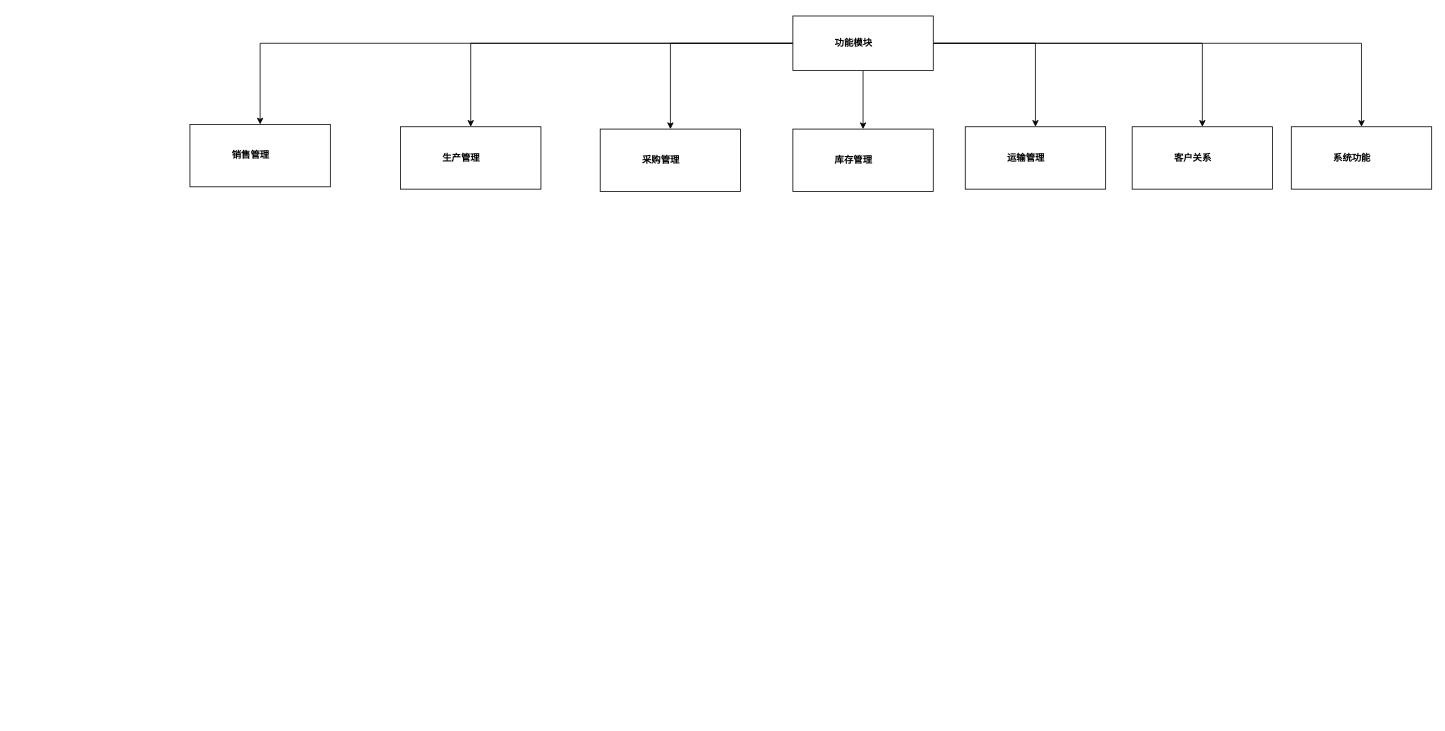
jtzjtz/draw-io keeps this draw.io diagram as ERP功能图.drawio. Above is the earlier version. Source tidied: cells renumbered, new cells numbered last; positions are measured from the earlier drawing's top-left corner, leaving out a move shared by most shapes. Both pictures are drawn from the tidied source at 78%, with x=0, y=0 at pixel (190, 16).
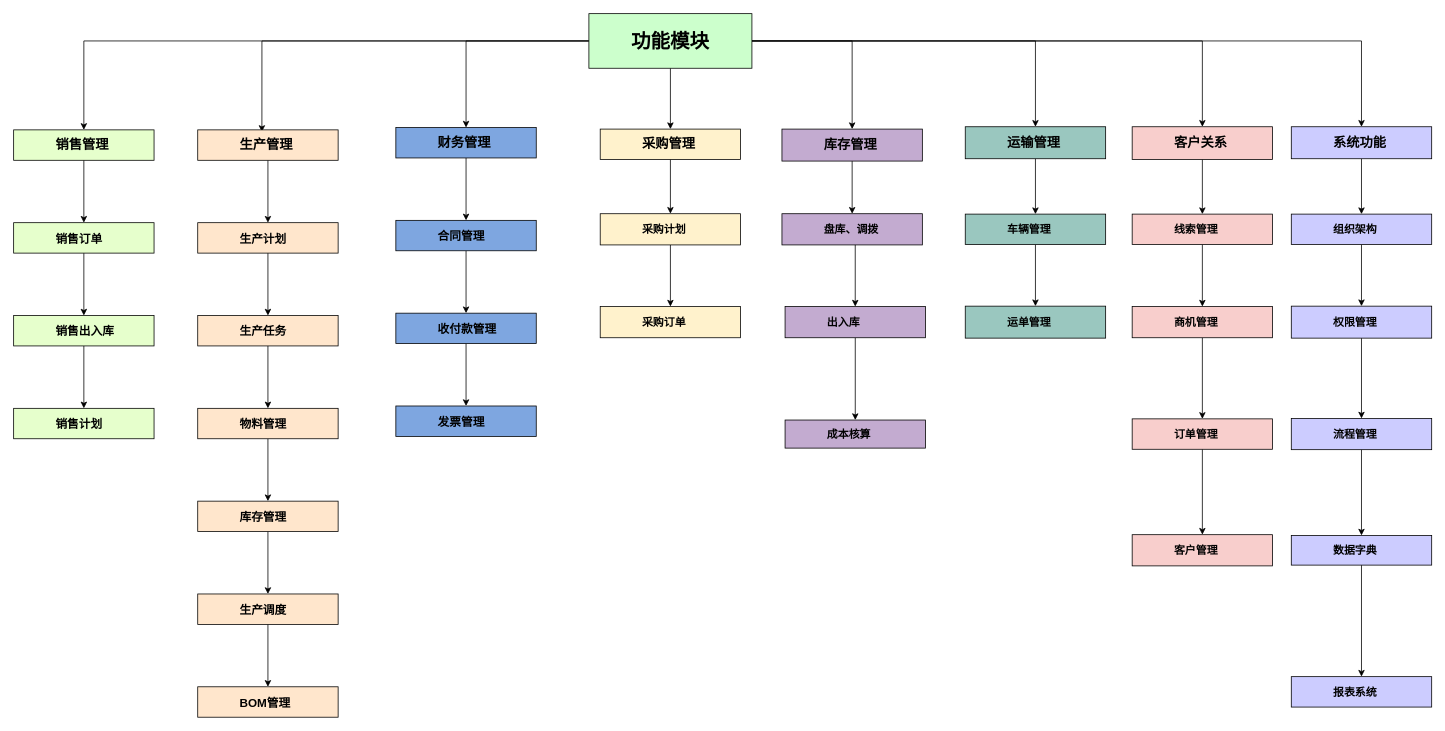
The same page after the edit.

Commit message (it also covers changes not shown here):
更新ERP功能图.drawio

Change to the diagram source:
```diff
@@
-    <mxCell id="2" style="edgeStyle=orthogonalEdgeStyle;rounded=0;jettySize=auto;html=1;exitX=0.5;exitY=1;exitDx=0;exitDy=0;" parent="1" edge="1" source="9" target="13">
-      <mxGeometry relative="1" as="geometry" />
-    </mxCell>
@@
-    <mxCell id="7" style="edgeStyle=orthogonalEdgeStyle;rounded=0;jettySize=auto;html=1;" parent="1" edge="1" source="9" target="11">
+    <mxCell id="7" style="edgeStyle=orthogonalEdgeStyle;rounded=0;jettySize=auto;html=1;entryX=0.5;entryY=0;entryDx=0;entryDy=0;" parent="1" edge="1" source="9" target="51">
       <mxGeometry relative="1" as="geometry" />
     </mxCell>
-    <mxCell id="8" style="edgeStyle=orthogonalEdgeStyle;rounded=0;jettySize=auto;html=1;entryX=0.5;entryY=0;entryDx=0;entryDy=0;" parent="1" edge="1" source="9" target="10">
+    <mxCell id="8" style="edgeStyle=orthogonalEdgeStyle;rounded=0;jettySize=auto;html=1;entryX=0.457;entryY=0.068;entryDx=0;entryDy=0;entryPerimeter=0;" parent="1" edge="1" source="9" target="11">
       <mxGeometry relative="1" as="geometry" />
     </mxCell>
+    <mxCell id="17" style="edgeStyle=orthogonalEdgeStyle;rounded=0;jettySize=auto;html=1;entryX=0.5;entryY=0;entryDx=0;entryDy=0;" parent="1" edge="1" source="9" target="10">
+      <mxGeometry relative="1" as="geometry" />
+    </mxCell>
+    <mxCell id="2" style="edgeStyle=orthogonalEdgeStyle;rounded=0;jettySize=auto;html=1;entryX=0.5;entryY=0;entryDx=0;entryDy=0;" parent="1" edge="1" source="9" target="13">
+      <mxGeometry relative="1" as="geometry" />
+    </mxCell>
-    <mxCell id="9" value="功能模块" style="label;whiteSpace=wrap;html=1;rounded=0;glass=0;" parent="1" vertex="1">
-      <mxGeometry x="773" width="180" height="70" as="geometry" />
+    <mxCell id="9" value="功能模块" style="label;whiteSpace=wrap;html=1;rounded=0;glass=0;fontSize=25;align=left;fillColor=#CCFFCC;" parent="1" vertex="1">
+      <mxGeometry x="511.5" y="-3" width="209" height="70" as="geometry" />
     </mxCell>
+    <mxCell id="18" style="edgeStyle=orthogonalEdgeStyle;rounded=0;jettySize=auto;html=1;fillColor=#FFF2CC;" parent="1" edge="1" source="12" target="48">
+      <mxGeometry relative="1" as="geometry" />
+    </mxCell>
+    <mxCell id="12" value="采购管理" style="label;whiteSpace=wrap;html=1;rounded=0;glass=0;fontSize=17;fillColor=#FFF2CC;" parent="1" vertex="1">
+      <mxGeometry x="526" y="145" width="180" height="39" as="geometry" />
+    </mxCell>
+    <mxCell id="19" style="edgeStyle=orthogonalEdgeStyle;rounded=0;jettySize=auto;html=1;fillColor=#C3ABD0;" parent="1" edge="1" source="13" target="42">
+      <mxGeometry relative="1" as="geometry" />
+    </mxCell>
+    <mxCell id="13" value="库存管理" style="label;whiteSpace=wrap;html=1;rounded=0;glass=0;fontSize=17;fillColor=#C3ABD0;" parent="1" vertex="1">
+      <mxGeometry x="759" y="145" width="180" height="41" as="geometry" />
+    </mxCell>
+    <mxCell id="20" style="edgeStyle=orthogonalEdgeStyle;rounded=0;jettySize=auto;html=1;fillColor=#9AC7BF;" parent="1" edge="1" source="14" target="40">
+      <mxGeometry relative="1" as="geometry" />
+    </mxCell>
+    <mxCell id="14" value="运输管理" style="label;whiteSpace=wrap;html=1;rounded=0;glass=0;fontSize=17;fillColor=#9AC7BF;" parent="1" vertex="1">
+      <mxGeometry x="994" y="142" width="180" height="41" as="geometry" />
+    </mxCell>
+    <mxCell id="21" style="edgeStyle=orthogonalEdgeStyle;rounded=0;jettySize=auto;html=1;fillColor=#F8CECC;" parent="1" edge="1" source="15" target="33">
+      <mxGeometry relative="1" as="geometry" />
+    </mxCell>
+    <mxCell id="15" value="客户关系" style="label;whiteSpace=wrap;html=1;rounded=0;glass=0;fontSize=17;fillColor=#F8CECC;" parent="1" vertex="1">
+      <mxGeometry x="1208" y="142" width="180" height="42" as="geometry" />
+    </mxCell>
+    <mxCell id="22" style="edgeStyle=orthogonalEdgeStyle;rounded=0;jettySize=auto;html=1;fillColor=#CCCCFF;" parent="1" edge="1" source="16" target="24">
+      <mxGeometry relative="1" as="geometry" />
+    </mxCell>
+    <mxCell id="16" value="系统功能" style="label;whiteSpace=wrap;html=1;rounded=0;glass=0;fontSize=17;fillColor=#CCCCFF;" parent="1" vertex="1">
+      <mxGeometry x="1412" y="142" width="180" height="41" as="geometry" />
+    </mxCell>
+    <mxCell id="23" style="edgeStyle=orthogonalEdgeStyle;rounded=0;jettySize=auto;html=1;fontSize=14;fillColor=#CCCCFF;" parent="1" edge="1" source="24" target="26">
+      <mxGeometry relative="1" as="geometry" />
+    </mxCell>
+    <mxCell id="24" value="组织架构" style="label;whiteSpace=wrap;html=1;rounded=0;glass=0;fontSize=14;fillColor=#CCCCFF;" parent="1" vertex="1">
+      <mxGeometry x="1412" y="254" width="180" height="39" as="geometry" />
+    </mxCell>
+    <mxCell id="25" style="edgeStyle=orthogonalEdgeStyle;rounded=0;jettySize=auto;html=1;fontSize=14;fillColor=#CCCCFF;" parent="1" edge="1" source="26" target="28">
+      <mxGeometry relative="1" as="geometry" />
+    </mxCell>
+    <mxCell id="26" value="权限管理" style="label;whiteSpace=wrap;html=1;rounded=0;glass=0;fontSize=14;fillColor=#CCCCFF;" parent="1" vertex="1">
+      <mxGeometry x="1412" y="372" width="180" height="41" as="geometry" />
+    </mxCell>
+    <mxCell id="27" style="edgeStyle=orthogonalEdgeStyle;rounded=0;jettySize=auto;html=1;fontSize=14;fillColor=#CCCCFF;" parent="1" edge="1" source="28" target="30">
+      <mxGeometry relative="1" as="geometry" />
+    </mxCell>
+    <mxCell id="28" value="流程管理" style="label;whiteSpace=wrap;html=1;rounded=0;glass=0;fontSize=14;fillColor=#CCCCFF;" parent="1" vertex="1">
+      <mxGeometry x="1412" y="516" width="180" height="40" as="geometry" />
+    </mxCell>
+    <mxCell id="29" style="edgeStyle=orthogonalEdgeStyle;rounded=0;jettySize=auto;html=1;fontSize=14;fillColor=#CCCCFF;" parent="1" edge="1" source="30" target="31">
+      <mxGeometry relative="1" as="geometry" />
+    </mxCell>
+    <mxCell id="30" value="数据字典" style="label;whiteSpace=wrap;html=1;rounded=0;glass=0;fontSize=14;fillColor=#CCCCFF;" parent="1" vertex="1">
+      <mxGeometry x="1412" y="666" width="180" height="38" as="geometry" />
+    </mxCell>
+    <mxCell id="31" value="报表系统" style="label;whiteSpace=wrap;html=1;rounded=0;glass=0;fontSize=14;fillColor=#CCCCFF;" parent="1" vertex="1">
+      <mxGeometry x="1412" y="847" width="180" height="39" as="geometry" />
+    </mxCell>
+    <mxCell id="32" style="edgeStyle=orthogonalEdgeStyle;rounded=0;jettySize=auto;html=1;fontSize=14;fillColor=#F8CECC;" parent="1" edge="1" source="33" target="35">
+      <mxGeometry relative="1" as="geometry" />
+    </mxCell>
+    <mxCell id="33" value="线索管理" style="label;whiteSpace=wrap;html=1;rounded=0;glass=0;fontSize=14;fillColor=#F8CECC;" parent="1" vertex="1">
+      <mxGeometry x="1208" y="254" width="180" height="39" as="geometry" />
+    </mxCell>
+    <mxCell id="34" style="edgeStyle=orthogonalEdgeStyle;rounded=0;jettySize=auto;html=1;fontSize=14;fillColor=#F8CECC;" parent="1" edge="1" source="35" target="37">
+      <mxGeometry relative="1" as="geometry" />
+    </mxCell>
+    <mxCell id="35" value="商机管理" style="label;whiteSpace=wrap;html=1;rounded=0;glass=0;fontSize=14;fillColor=#F8CECC;" parent="1" vertex="1">
+      <mxGeometry x="1208" y="372.5" width="180" height="40" as="geometry" />
+    </mxCell>
+    <mxCell id="36" style="edgeStyle=orthogonalEdgeStyle;rounded=0;jettySize=auto;html=1;fontSize=14;fillColor=#F8CECC;" parent="1" edge="1" source="37" target="38">
+      <mxGeometry relative="1" as="geometry" />
+    </mxCell>
+    <mxCell id="37" value="订单管理" style="label;whiteSpace=wrap;html=1;rounded=0;glass=0;fontSize=14;fillColor=#F8CECC;" parent="1" vertex="1">
+      <mxGeometry x="1208" y="516.5" width="180" height="39" as="geometry" />
+    </mxCell>
+    <mxCell id="38" value="客户管理" style="label;whiteSpace=wrap;html=1;rounded=0;glass=0;fontSize=14;fillColor=#F8CECC;" parent="1" vertex="1">
+      <mxGeometry x="1208" y="665" width="180" height="40" as="geometry" />
+    </mxCell>
+    <mxCell id="39" style="edgeStyle=orthogonalEdgeStyle;rounded=0;jettySize=auto;html=1;fontSize=14;fillColor=#9AC7BF;" parent="1" edge="1" source="40" target="41">
+      <mxGeometry relative="1" as="geometry" />
+    </mxCell>
+    <mxCell id="40" value="车辆管理" style="label;whiteSpace=wrap;html=1;rounded=0;glass=0;fontSize=14;fillColor=#9AC7BF;" parent="1" vertex="1">
+      <mxGeometry x="994" y="254" width="180" height="39" as="geometry" />
+    </mxCell>
+    <mxCell id="41" value="运单管理" style="label;whiteSpace=wrap;html=1;rounded=0;glass=0;fontSize=14;fillColor=#9AC7BF;" parent="1" vertex="1">
+      <mxGeometry x="994" y="372" width="180" height="41" as="geometry" />
+    </mxCell>
+    <mxCell id="42" value="盘库、调拨" style="label;whiteSpace=wrap;html=1;rounded=0;glass=0;fontSize=14;fillColor=#C3ABD0;" parent="1" vertex="1">
+      <mxGeometry x="759" y="253.5" width="180" height="40" as="geometry" />
+    </mxCell>
+    <mxCell id="43" style="edgeStyle=orthogonalEdgeStyle;rounded=0;jettySize=auto;html=1;exitX=0.522;exitY=1;exitDx=0;exitDy=0;exitPerimeter=0;fontSize=14;fillColor=#C3ABD0;" parent="1" edge="1" source="42" target="45">
+      <mxGeometry relative="1" as="geometry" />
+    </mxCell>
+    <mxCell id="44" style="edgeStyle=orthogonalEdgeStyle;rounded=0;jettySize=auto;html=1;fontSize=14;fillColor=#C3ABD0;" parent="1" edge="1" source="45" target="46">
+      <mxGeometry relative="1" as="geometry" />
+    </mxCell>
+    <mxCell id="45" value="出入库" style="label;whiteSpace=wrap;html=1;rounded=0;glass=0;fontSize=14;fillColor=#C3ABD0;" parent="1" vertex="1">
+      <mxGeometry x="763" y="372.5" width="180" height="40" as="geometry" />
+    </mxCell>
+    <mxCell id="46" value="成本核算" style="label;whiteSpace=wrap;html=1;rounded=0;glass=0;fontSize=14;fillColor=#C3ABD0;" parent="1" vertex="1">
+      <mxGeometry x="763" y="518" width="180" height="36" as="geometry" />
+    </mxCell>
+    <mxCell id="47" style="edgeStyle=orthogonalEdgeStyle;rounded=0;jettySize=auto;html=1;fontSize=14;fillColor=#FFF2CC;" parent="1" edge="1" source="48" target="49">
+      <mxGeometry relative="1" as="geometry" />
+    </mxCell>
+    <mxCell id="48" value="采购计划" style="label;whiteSpace=wrap;html=1;rounded=0;glass=0;fontSize=14;fillColor=#FFF2CC;" parent="1" vertex="1">
+      <mxGeometry x="526" y="253.5" width="180" height="40" as="geometry" />
+    </mxCell>
+    <mxCell id="49" value="采购订单" style="label;whiteSpace=wrap;html=1;rounded=0;glass=0;fontSize=14;fillColor=#FFF2CC;" parent="1" vertex="1">
+      <mxGeometry x="526" y="372.5" width="180" height="40" as="geometry" />
+    </mxCell>
+    <mxCell id="50" style="edgeStyle=orthogonalEdgeStyle;rounded=0;jettySize=auto;html=1;fillColor=#7EA6E0;" parent="1" edge="1" source="51" target="55">
+      <mxGeometry relative="1" as="geometry" />
+    </mxCell>
+    <mxCell id="51" value="财务管理" style="label;whiteSpace=wrap;html=1;rounded=0;glass=0;fontSize=17;fillColor=#7EA6E0;" parent="1" vertex="1">
+      <mxGeometry x="264" y="143" width="180" height="39" as="geometry" />
+    </mxCell>
+    <mxCell id="52" style="edgeStyle=orthogonalEdgeStyle;rounded=0;jettySize=auto;html=1;fillColor=#FFE6CC;" parent="1" edge="1" source="11" target="60">
+      <mxGeometry relative="1" as="geometry" />
+    </mxCell>
+    <mxCell id="11" value="生产管理" style="label;whiteSpace=wrap;html=1;rounded=0;glass=0;fontSize=17;fillColor=#FFE6CC;" parent="1" vertex="1">
+      <mxGeometry x="10" y="146" width="180" height="39" as="geometry" />
+    </mxCell>
+    <mxCell id="53" style="edgeStyle=orthogonalEdgeStyle;rounded=0;jettySize=auto;html=1;fillColor=#E6FFCC;" parent="1" edge="1" source="10" target="71">
+      <mxGeometry relative="1" as="geometry" />
+    </mxCell>
-    <mxCell id="10" value="销售管理" style="label;whiteSpace=wrap;html=1;rounded=0;glass=0;" parent="1" vertex="1">
-      <mxGeometry y="139" width="180" height="80" as="geometry" />
+    <mxCell id="10" value="销售管理" style="label;whiteSpace=wrap;html=1;rounded=0;glass=0;fontSize=17;fillColor=#E6FFCC;" parent="1" vertex="1">
+      <mxGeometry x="-226" y="146" width="180" height="39" as="geometry" />
     </mxCell>
-    <mxCell id="11" value="生产管理" style="label;whiteSpace=wrap;html=1;rounded=0;glass=0;" parent="1" vertex="1">
-      <mxGeometry x="270" y="142" width="180" height="80" as="geometry" />
-    </mxCell>
-    <mxCell id="12" value="采购管理" style="label;whiteSpace=wrap;html=1;rounded=0;glass=0;" parent="1" vertex="1">
-      <mxGeometry x="526" y="145" width="180" height="80" as="geometry" />
-    </mxCell>
-    <mxCell id="13" value="库存管理" style="label;whiteSpace=wrap;html=1;rounded=0;glass=0;" parent="1" vertex="1">
-      <mxGeometry x="773" y="145" width="180" height="80" as="geometry" />
-    </mxCell>
-    <mxCell id="14" value="运输管理" style="label;whiteSpace=wrap;html=1;rounded=0;glass=0;" parent="1" vertex="1">
-      <mxGeometry x="994" y="142" width="180" height="80" as="geometry" />
-    </mxCell>
-    <mxCell id="15" value="客户关系" style="label;whiteSpace=wrap;html=1;rounded=0;glass=0;" parent="1" vertex="1">
-      <mxGeometry x="1208" y="142" width="180" height="80" as="geometry" />
-    </mxCell>
-    <mxCell id="16" value="系统功能" style="label;whiteSpace=wrap;html=1;rounded=0;glass=0;" parent="1" vertex="1">
-      <mxGeometry x="1412" y="142" width="180" height="80" as="geometry" />
-    </mxCell>
+    <mxCell id="54" style="edgeStyle=orthogonalEdgeStyle;rounded=0;jettySize=auto;html=1;fillColor=#7EA6E0;" parent="1" edge="1" source="55" target="57">
+      <mxGeometry relative="1" as="geometry" />
+    </mxCell>
+    <mxCell id="55" value="合同管理" style="label;whiteSpace=wrap;html=1;rounded=0;glass=0;fontSize=15;fillColor=#7EA6E0;" parent="1" vertex="1">
+      <mxGeometry x="264" y="262" width="180" height="39" as="geometry" />
+    </mxCell>
+    <mxCell id="56" style="edgeStyle=orthogonalEdgeStyle;rounded=0;jettySize=auto;html=1;fillColor=#7EA6E0;" parent="1" edge="1" source="57" target="58">
+      <mxGeometry relative="1" as="geometry" />
+    </mxCell>
+    <mxCell id="57" value="收付款管理" style="label;whiteSpace=wrap;html=1;rounded=0;glass=0;fontSize=15;fillColor=#7EA6E0;" parent="1" vertex="1">
+      <mxGeometry x="264" y="381" width="180" height="39" as="geometry" />
+    </mxCell>
+    <mxCell id="58" value="发票管理" style="label;whiteSpace=wrap;html=1;rounded=0;glass=0;fontSize=15;fillColor=#7EA6E0;" parent="1" vertex="1">
+      <mxGeometry x="264" y="500" width="180" height="39" as="geometry" />
+    </mxCell>
+    <mxCell id="59" style="edgeStyle=orthogonalEdgeStyle;rounded=0;jettySize=auto;html=1;fillColor=#FFE6CC;" parent="1" edge="1" source="60" target="62">
+      <mxGeometry relative="1" as="geometry" />
+    </mxCell>
+    <mxCell id="60" value="生产计划" style="label;whiteSpace=wrap;html=1;rounded=0;glass=0;fontSize=15;fillColor=#FFE6CC;" parent="1" vertex="1">
+      <mxGeometry x="10" y="265" width="180" height="39" as="geometry" />
+    </mxCell>
+    <mxCell id="61" style="edgeStyle=orthogonalEdgeStyle;rounded=0;jettySize=auto;html=1;fillColor=#FFE6CC;" parent="1" edge="1" source="62" target="64">
+      <mxGeometry relative="1" as="geometry" />
+    </mxCell>
+    <mxCell id="62" value="生产任务" style="label;whiteSpace=wrap;html=1;rounded=0;glass=0;fontSize=15;fillColor=#FFE6CC;" parent="1" vertex="1">
+      <mxGeometry x="10" y="384" width="180" height="39" as="geometry" />
+    </mxCell>
+    <mxCell id="63" style="edgeStyle=orthogonalEdgeStyle;rounded=0;jettySize=auto;html=1;fillColor=#FFE6CC;" parent="1" edge="1" source="64" target="66">
+      <mxGeometry relative="1" as="geometry" />
+    </mxCell>
+    <mxCell id="64" value="物料管理" style="label;whiteSpace=wrap;html=1;rounded=0;glass=0;fontSize=15;fillColor=#FFE6CC;" parent="1" vertex="1">
+      <mxGeometry x="10" y="503" width="180" height="39" as="geometry" />
+    </mxCell>
+    <mxCell id="65" style="edgeStyle=orthogonalEdgeStyle;rounded=0;jettySize=auto;html=1;fillColor=#FFE6CC;" parent="1" edge="1" source="66" target="68">
+      <mxGeometry relative="1" as="geometry" />
+    </mxCell>
+    <mxCell id="66" value="库存管理" style="label;whiteSpace=wrap;html=1;rounded=0;glass=0;fontSize=15;fillColor=#FFE6CC;" parent="1" vertex="1">
+      <mxGeometry x="10" y="622" width="180" height="39" as="geometry" />
+    </mxCell>
+    <mxCell id="67" style="edgeStyle=orthogonalEdgeStyle;rounded=0;jettySize=auto;html=1;fillColor=#FFE6CC;" parent="1" edge="1" source="68" target="69">
+      <mxGeometry relative="1" as="geometry" />
+    </mxCell>
+    <mxCell id="68" value="生产调度" style="label;whiteSpace=wrap;html=1;rounded=0;glass=0;fontSize=15;fillColor=#FFE6CC;" parent="1" vertex="1">
+      <mxGeometry x="10" y="741" width="180" height="39" as="geometry" />
+    </mxCell>
+    <mxCell id="69" value="BOM管理" style="label;whiteSpace=wrap;html=1;rounded=0;glass=0;fontSize=15;fillColor=#FFE6CC;" parent="1" vertex="1">
+      <mxGeometry x="10" y="860" width="180" height="39" as="geometry" />
+    </mxCell>
+    <mxCell id="70" style="edgeStyle=orthogonalEdgeStyle;rounded=0;jettySize=auto;html=1;fillColor=#E6FFCC;" parent="1" edge="1" source="71" target="73">
+      <mxGeometry relative="1" as="geometry" />
+    </mxCell>
+    <mxCell id="71" value="销售订单" style="label;whiteSpace=wrap;html=1;rounded=0;glass=0;fontSize=15;fillColor=#E6FFCC;" parent="1" vertex="1">
+      <mxGeometry x="-226" y="265" width="180" height="39" as="geometry" />
+    </mxCell>
+    <mxCell id="72" style="edgeStyle=orthogonalEdgeStyle;rounded=0;jettySize=auto;html=1;fillColor=#E6FFCC;" parent="1" edge="1" source="73" target="74">
+      <mxGeometry relative="1" as="geometry" />
+    </mxCell>
+    <mxCell id="73" value="销售出入库" style="label;whiteSpace=wrap;html=1;rounded=0;glass=0;fontSize=15;fillColor=#E6FFCC;" parent="1" vertex="1">
+      <mxGeometry x="-226" y="384" width="180" height="39" as="geometry" />
+    </mxCell>
+    <mxCell id="74" value="销售计划" style="label;whiteSpace=wrap;html=1;rounded=0;glass=0;fontSize=15;fillColor=#E6FFCC;" parent="1" vertex="1">
+      <mxGeometry x="-226" y="503" width="180" height="39" as="geometry" />
+    </mxCell>
```
